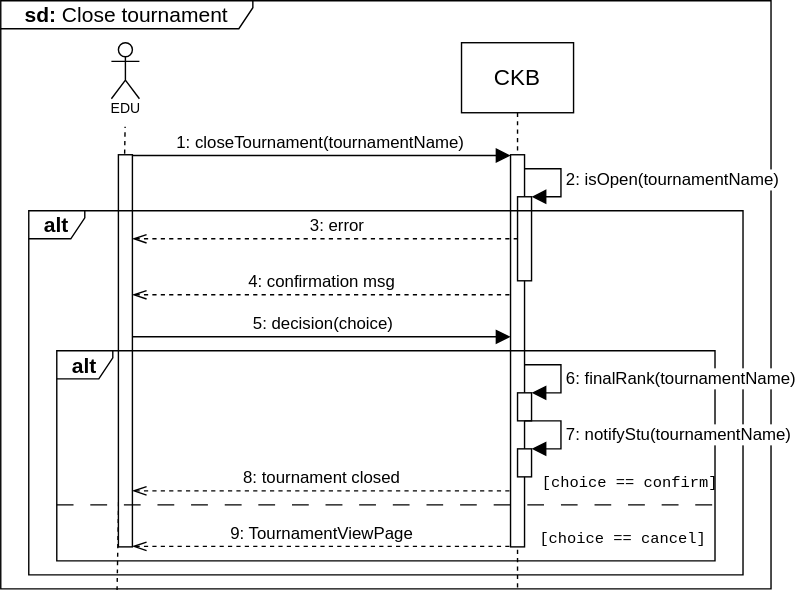
Earlier version of the draw.io export RASD/images/sequence_diagrams/.svg/Close_Tournament.svg (pontig/sw-eng-2-PasiniPontiggiaStasi). Source tidied: cells renumbered, new cells last; positions are measured from the earlier drawing's top-left corner, leaving out a move shared by most shapes. Source of this version:
```xml
<mxGraphModel>
  <root>
    <mxCell id="0" />
    <mxCell id="1" parent="0" />
    <mxCell id="2" style="endArrow=none;html=1;rounded=0;fontSize=12;startSize=8;endSize=8;curved=1;dashed=1;exitX=0.151;exitY=1.002;exitDx=0;exitDy=0;exitPerimeter=0;" parent="1" edge="1" source="8">
      <mxGeometry relative="1" as="geometry">
        <mxPoint x="88.8" y="90" as="targetPoint" />
      </mxGeometry>
    </mxCell>
    <mxCell id="3" value="CKB" style="shape=umlLifeline;perimeter=lifelinePerimeter;whiteSpace=wrap;html=1;newEdgeStyle={&quot;edgeStyle&quot;:&quot;elbowEdgeStyle&quot;,&quot;elbow&quot;:&quot;vertical&quot;,&quot;curved&quot;:0,&quot;rounded&quot;:0};fontSize=16;size=50;" parent="1" vertex="1">
      <mxGeometry x="329" y="30" width="80" height="390" as="geometry" />
    </mxCell>
    <mxCell id="4" style="html=1;points=[[0,0,0,0,5],[0,1,0,0,-5],[1,0,0,0,5],[1,1,0,0,-5]];perimeter=orthogonalPerimeter;outlineConnect=0;targetShapes=umlLifeline;portConstraint=eastwest;newEdgeStyle={&quot;curved&quot;:0,&quot;rounded&quot;:0};fontSize=16;" parent="3" vertex="1">
      <mxGeometry x="35" y="80" width="10" height="280" as="geometry" />
    </mxCell>
    <mxCell id="5" style="shape=umlActor;verticalLabelPosition=bottom;verticalAlign=top;html=1;fontSize=16;" parent="1" vertex="1">
      <mxGeometry x="79" y="30" width="20" height="40" as="geometry" />
    </mxCell>
    <mxCell id="6" value="&lt;font style=&quot;font-size: 10px;&quot;&gt;EDU&lt;/font&gt;" style="text;html=1;align=center;verticalAlign=middle;strokeColor=none;fillColor=none;fontSize=16;" parent="1" vertex="1">
      <mxGeometry x="69" y="60" width="40" height="30" as="geometry" />
    </mxCell>
    <mxCell id="7" value="1: closeTournament(tournamentName)" style="html=1;verticalAlign=bottom;endArrow=block;curved=0;rounded=0;fontSize=12;startSize=8;endSize=8;exitX=0.563;exitY=0.002;exitDx=0;exitDy=0;exitPerimeter=0;" parent="1" edge="1" source="11" target="4">
      <mxGeometry x="0.01" relative="1" as="geometry" />
    </mxCell>
    <mxCell id="8" value="&lt;font style=&quot;font-size: 15px;&quot;&gt;&lt;b&gt;sd:&lt;/b&gt;&amp;nbsp;Close tournament&lt;/font&gt;" style="shape=umlFrame;whiteSpace=wrap;html=1;fontSize=16;width=180;height=20;" parent="1" vertex="1">
      <mxGeometry width="550" height="420" as="geometry" />
    </mxCell>
    <mxCell id="9" value="3: error" style="html=1;verticalAlign=bottom;endArrow=none;curved=0;rounded=0;fontSize=12;startSize=8;endSize=8;dashed=1;startArrow=openThin;startFill=0;endFill=0;" parent="1" edge="1" source="11">
      <mxGeometry x="0.06" relative="1" as="geometry">
        <mxPoint x="369" y="170" as="targetPoint" />
        <Array as="points">
          <mxPoint x="315" y="170" />
        </Array>
      </mxGeometry>
    </mxCell>
    <mxCell id="10" style="html=1;verticalAlign=bottom;endArrow=block;curved=0;rounded=0;fontSize=12;startSize=8;endSize=8;" parent="1" edge="1" target="11">
      <mxGeometry relative="1" as="geometry">
        <mxPoint x="89" y="140" as="sourcePoint" />
      </mxGeometry>
    </mxCell>
    <mxCell id="11" style="html=1;points=[[0,0,0,0,5],[0,1,0,0,-5],[1,0,0,0,5],[1,1,0,0,-5]];perimeter=orthogonalPerimeter;outlineConnect=0;targetShapes=umlLifeline;portConstraint=eastwest;newEdgeStyle={&quot;curved&quot;:0,&quot;rounded&quot;:0};fontSize=16;" parent="1" vertex="1">
      <mxGeometry x="84" y="110" width="10" height="280" as="geometry" />
    </mxCell>
    <mxCell id="12" value="5: decision(choice)" style="html=1;verticalAlign=bottom;endArrow=block;curved=0;rounded=0;fontSize=12;startSize=8;endSize=8;exitX=0.563;exitY=0.002;exitDx=0;exitDy=0;exitPerimeter=0;" parent="1" edge="1">
      <mxGeometry x="0.01" relative="1" as="geometry">
        <mxPoint x="94" y="240" as="sourcePoint" />
        <mxPoint x="364" y="240" as="targetPoint" />
      </mxGeometry>
    </mxCell>
    <mxCell id="13" style="html=1;points=[[0,0,0,0,5],[0,1,0,0,-5],[1,0,0,0,5],[1,1,0,0,-5]];perimeter=orthogonalPerimeter;outlineConnect=0;targetShapes=umlLifeline;portConstraint=eastwest;newEdgeStyle={&quot;curved&quot;:0,&quot;rounded&quot;:0};fontSize=16;" parent="1" vertex="1">
      <mxGeometry x="369" y="140" width="10" height="60" as="geometry" />
    </mxCell>
    <mxCell id="14" value="2: isOpen(tournamentName)" style="html=1;align=left;spacingLeft=2;endArrow=block;rounded=0;edgeStyle=orthogonalEdgeStyle;curved=0;rounded=0;fontSize=12;startSize=8;endSize=8;" parent="1" edge="1" target="13">
      <mxGeometry relative="1" as="geometry">
        <mxPoint x="374" y="120" as="sourcePoint" />
        <Array as="points">
          <mxPoint x="400" y="120" />
          <mxPoint x="400" y="140" />
        </Array>
      </mxGeometry>
    </mxCell>
    <mxCell id="15" value="&lt;span style=&quot;font-size: 15px;&quot;&gt;&lt;b&gt;alt&lt;/b&gt;&lt;/span&gt;" style="shape=umlFrame;whiteSpace=wrap;html=1;fontSize=16;width=40;height=20;" parent="1" vertex="1">
      <mxGeometry x="20" y="150" width="510" height="260" as="geometry" />
    </mxCell>
    <mxCell id="16" value="4: confirmation msg" style="html=1;verticalAlign=bottom;endArrow=none;curved=0;rounded=0;fontSize=12;startSize=8;endSize=8;dashed=1;startArrow=openThin;startFill=0;endFill=0;" parent="1" edge="1">
      <mxGeometry relative="1" as="geometry">
        <mxPoint x="94" y="210" as="sourcePoint" />
        <mxPoint x="364" y="210" as="targetPoint" />
        <Array as="points">
          <mxPoint x="310" y="210" />
        </Array>
      </mxGeometry>
    </mxCell>
    <mxCell id="17" style="endArrow=none;html=1;rounded=0;fontSize=12;startSize=8;endSize=8;curved=1;dashed=1;dashPattern=12 12;" parent="1" edge="1">
      <mxGeometry relative="1" as="geometry">
        <mxPoint x="40" y="360" as="sourcePoint" />
        <mxPoint x="510" y="360" as="targetPoint" />
      </mxGeometry>
    </mxCell>
    <mxCell id="18" value="&lt;span style=&quot;font-size: 15px;&quot;&gt;&lt;b&gt;alt&lt;/b&gt;&lt;/span&gt;" style="shape=umlFrame;whiteSpace=wrap;html=1;fontSize=16;width=40;height=20;" parent="1" vertex="1">
      <mxGeometry x="40" y="250" width="470" height="150" as="geometry" />
    </mxCell>
    <mxCell id="19" style="html=1;points=[[0,0,0,0,5],[0,1,0,0,-5],[1,0,0,0,5],[1,1,0,0,-5]];perimeter=orthogonalPerimeter;outlineConnect=0;targetShapes=umlLifeline;portConstraint=eastwest;newEdgeStyle={&quot;curved&quot;:0,&quot;rounded&quot;:0};fontSize=16;" parent="1" vertex="1">
      <mxGeometry x="369" y="280" width="10" height="20" as="geometry" />
    </mxCell>
    <mxCell id="20" value="6: finalRank(tournamentName)" style="html=1;align=left;spacingLeft=2;endArrow=block;rounded=0;edgeStyle=orthogonalEdgeStyle;curved=0;rounded=0;fontSize=12;startSize=8;endSize=8;" parent="1" edge="1" target="19">
      <mxGeometry x="0.07" relative="1" as="geometry">
        <mxPoint x="374" y="260" as="sourcePoint" />
        <Array as="points">
          <mxPoint x="400" y="260" />
          <mxPoint x="400" y="280" />
        </Array>
      </mxGeometry>
    </mxCell>
    <mxCell id="21" style="html=1;points=[[0,0,0,0,5],[0,1,0,0,-5],[1,0,0,0,5],[1,1,0,0,-5]];perimeter=orthogonalPerimeter;outlineConnect=0;targetShapes=umlLifeline;portConstraint=eastwest;newEdgeStyle={&quot;curved&quot;:0,&quot;rounded&quot;:0};fontSize=16;" parent="1" vertex="1">
      <mxGeometry x="369" y="320" width="10" height="20" as="geometry" />
    </mxCell>
    <mxCell id="22" value="7: notifyStu(tournamentName)" style="html=1;align=left;spacingLeft=2;endArrow=block;rounded=0;edgeStyle=orthogonalEdgeStyle;curved=0;rounded=0;fontSize=12;startSize=8;endSize=8;" parent="1" edge="1" target="21">
      <mxGeometry x="0.07" relative="1" as="geometry">
        <mxPoint x="374" y="300" as="sourcePoint" />
        <Array as="points">
          <mxPoint x="400" y="300" />
          <mxPoint x="400" y="320" />
        </Array>
      </mxGeometry>
    </mxCell>
    <mxCell id="23" value="8: tournament closed" style="html=1;verticalAlign=bottom;endArrow=none;curved=0;rounded=0;fontSize=12;startSize=8;endSize=8;dashed=1;startArrow=openThin;startFill=0;endFill=0;" parent="1" edge="1">
      <mxGeometry relative="1" as="geometry">
        <mxPoint x="94" y="350" as="sourcePoint" />
        <mxPoint x="364" y="350" as="targetPoint" />
        <Array as="points">
          <mxPoint x="310" y="350" />
        </Array>
      </mxGeometry>
    </mxCell>
    <mxCell id="24" value="&lt;pre style=&quot;font-size: 11px;&quot;&gt;[choice == confirm]&lt;/pre&gt;" style="text;html=1;align=center;verticalAlign=middle;strokeColor=none;fillColor=none;fontSize=16;" parent="1" vertex="1">
      <mxGeometry x="379" y="320" width="140" height="50" as="geometry" />
    </mxCell>
    <mxCell id="25" value="&lt;pre style=&quot;font-size: 11px;&quot;&gt;[choice == cancel]&lt;/pre&gt;" style="text;html=1;align=center;verticalAlign=middle;strokeColor=none;fillColor=none;fontSize=16;" parent="1" vertex="1">
      <mxGeometry x="379" y="360" width="130" height="50" as="geometry" />
    </mxCell>
    <mxCell id="26" value="9: TournamentViewPage" style="html=1;verticalAlign=bottom;endArrow=none;curved=0;rounded=0;fontSize=12;startSize=8;endSize=8;dashed=1;startArrow=openThin;startFill=0;endFill=0;" parent="1" edge="1">
      <mxGeometry relative="1" as="geometry">
        <mxPoint x="94" y="389.6" as="sourcePoint" />
        <mxPoint x="364" y="389.6" as="targetPoint" />
        <Array as="points">
          <mxPoint x="310" y="389.6" />
        </Array>
      </mxGeometry>
    </mxCell>
  </root>
</mxGraphModel>
```
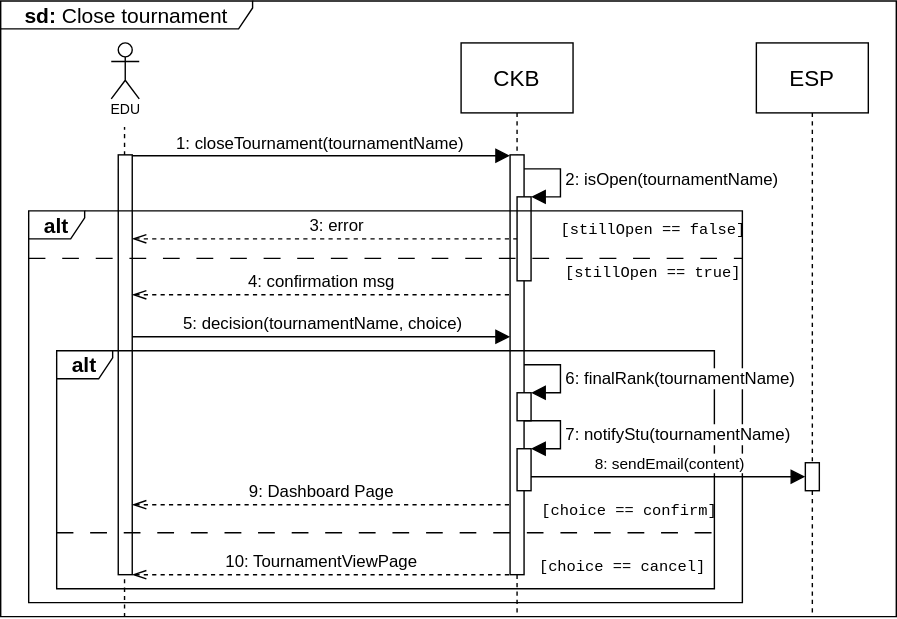
Above is the later version.

The edit, as a diff of the source:
```diff
@@ -2,16 +2,17 @@
   <root>
     <mxCell id="0" />
     <mxCell id="1" parent="0" />
-    <mxCell id="2" style="endArrow=none;html=1;rounded=0;fontSize=12;startSize=8;endSize=8;curved=1;dashed=1;exitX=0.151;exitY=1.002;exitDx=0;exitDy=0;exitPerimeter=0;" parent="1" edge="1" source="8">
+    <mxCell id="2" style="endArrow=none;html=1;rounded=0;fontSize=12;startSize=8;endSize=8;curved=1;dashed=1;" parent="1" edge="1">
       <mxGeometry relative="1" as="geometry">
-        <mxPoint x="88.8" y="90" as="targetPoint" />
+        <mxPoint x="88.5" y="440" as="sourcePoint" />
+        <mxPoint x="88.5" y="90" as="targetPoint" />
       </mxGeometry>
     </mxCell>
     <mxCell id="3" value="CKB" style="shape=umlLifeline;perimeter=lifelinePerimeter;whiteSpace=wrap;html=1;newEdgeStyle={&quot;edgeStyle&quot;:&quot;elbowEdgeStyle&quot;,&quot;elbow&quot;:&quot;vertical&quot;,&quot;curved&quot;:0,&quot;rounded&quot;:0};fontSize=16;size=50;" parent="1" vertex="1">
-      <mxGeometry x="329" y="30" width="80" height="390" as="geometry" />
+      <mxGeometry x="329" y="30" width="80" height="410" as="geometry" />
     </mxCell>
     <mxCell id="4" style="html=1;points=[[0,0,0,0,5],[0,1,0,0,-5],[1,0,0,0,5],[1,1,0,0,-5]];perimeter=orthogonalPerimeter;outlineConnect=0;targetShapes=umlLifeline;portConstraint=eastwest;newEdgeStyle={&quot;curved&quot;:0,&quot;rounded&quot;:0};fontSize=16;" parent="3" vertex="1">
-      <mxGeometry x="35" y="80" width="10" height="280" as="geometry" />
+      <mxGeometry x="35" y="80" width="10" height="300" as="geometry" />
     </mxCell>
     <mxCell id="5" style="shape=umlActor;verticalLabelPosition=bottom;verticalAlign=top;html=1;fontSize=16;" parent="1" vertex="1">
       <mxGeometry x="79" y="30" width="20" height="40" as="geometry" />
@@ -23,7 +24,7 @@
       <mxGeometry x="0.01" relative="1" as="geometry" />
     </mxCell>
     <mxCell id="8" value="&lt;font style=&quot;font-size: 15px;&quot;&gt;&lt;b&gt;sd:&lt;/b&gt;&amp;nbsp;Close tournament&lt;/font&gt;" style="shape=umlFrame;whiteSpace=wrap;html=1;fontSize=16;width=180;height=20;" parent="1" vertex="1">
-      <mxGeometry width="550" height="420" as="geometry" />
+      <mxGeometry width="640" height="440" as="geometry" />
     </mxCell>
     <mxCell id="9" value="3: error" style="html=1;verticalAlign=bottom;endArrow=none;curved=0;rounded=0;fontSize=12;startSize=8;endSize=8;dashed=1;startArrow=openThin;startFill=0;endFill=0;" parent="1" edge="1" source="11">
       <mxGeometry x="0.06" relative="1" as="geometry">
@@ -39,9 +40,9 @@
       </mxGeometry>
     </mxCell>
     <mxCell id="11" style="html=1;points=[[0,0,0,0,5],[0,1,0,0,-5],[1,0,0,0,5],[1,1,0,0,-5]];perimeter=orthogonalPerimeter;outlineConnect=0;targetShapes=umlLifeline;portConstraint=eastwest;newEdgeStyle={&quot;curved&quot;:0,&quot;rounded&quot;:0};fontSize=16;" parent="1" vertex="1">
-      <mxGeometry x="84" y="110" width="10" height="280" as="geometry" />
+      <mxGeometry x="84" y="110" width="10" height="300" as="geometry" />
     </mxCell>
-    <mxCell id="12" value="5: decision(choice)" style="html=1;verticalAlign=bottom;endArrow=block;curved=0;rounded=0;fontSize=12;startSize=8;endSize=8;exitX=0.563;exitY=0.002;exitDx=0;exitDy=0;exitPerimeter=0;" parent="1" edge="1">
+    <mxCell id="12" value="5: decision(tournamentName, choice)" style="html=1;verticalAlign=bottom;endArrow=block;curved=0;rounded=0;fontSize=12;startSize=8;endSize=8;exitX=0.563;exitY=0.002;exitDx=0;exitDy=0;exitPerimeter=0;" parent="1" edge="1">
       <mxGeometry x="0.01" relative="1" as="geometry">
         <mxPoint x="94" y="240" as="sourcePoint" />
         <mxPoint x="364" y="240" as="targetPoint" />
@@ -60,7 +61,7 @@
       </mxGeometry>
     </mxCell>
     <mxCell id="15" value="&lt;span style=&quot;font-size: 15px;&quot;&gt;&lt;b&gt;alt&lt;/b&gt;&lt;/span&gt;" style="shape=umlFrame;whiteSpace=wrap;html=1;fontSize=16;width=40;height=20;" parent="1" vertex="1">
-      <mxGeometry x="20" y="150" width="510" height="260" as="geometry" />
+      <mxGeometry x="20" y="150" width="510" height="280" as="geometry" />
     </mxCell>
     <mxCell id="16" value="4: confirmation msg" style="html=1;verticalAlign=bottom;endArrow=none;curved=0;rounded=0;fontSize=12;startSize=8;endSize=8;dashed=1;startArrow=openThin;startFill=0;endFill=0;" parent="1" edge="1">
       <mxGeometry relative="1" as="geometry">
@@ -73,12 +74,12 @@
     </mxCell>
     <mxCell id="17" style="endArrow=none;html=1;rounded=0;fontSize=12;startSize=8;endSize=8;curved=1;dashed=1;dashPattern=12 12;" parent="1" edge="1">
       <mxGeometry relative="1" as="geometry">
-        <mxPoint x="40" y="360" as="sourcePoint" />
-        <mxPoint x="510" y="360" as="targetPoint" />
+        <mxPoint x="40" y="380" as="sourcePoint" />
+        <mxPoint x="510" y="380" as="targetPoint" />
       </mxGeometry>
     </mxCell>
     <mxCell id="18" value="&lt;span style=&quot;font-size: 15px;&quot;&gt;&lt;b&gt;alt&lt;/b&gt;&lt;/span&gt;" style="shape=umlFrame;whiteSpace=wrap;html=1;fontSize=16;width=40;height=20;" parent="1" vertex="1">
-      <mxGeometry x="40" y="250" width="470" height="150" as="geometry" />
+      <mxGeometry x="40" y="250" width="470" height="170" as="geometry" />
     </mxCell>
     <mxCell id="19" style="html=1;points=[[0,0,0,0,5],[0,1,0,0,-5],[1,0,0,0,5],[1,1,0,0,-5]];perimeter=orthogonalPerimeter;outlineConnect=0;targetShapes=umlLifeline;portConstraint=eastwest;newEdgeStyle={&quot;curved&quot;:0,&quot;rounded&quot;:0};fontSize=16;" parent="1" vertex="1">
       <mxGeometry x="369" y="280" width="10" height="20" as="geometry" />
@@ -93,7 +94,7 @@
       </mxGeometry>
     </mxCell>
     <mxCell id="21" style="html=1;points=[[0,0,0,0,5],[0,1,0,0,-5],[1,0,0,0,5],[1,1,0,0,-5]];perimeter=orthogonalPerimeter;outlineConnect=0;targetShapes=umlLifeline;portConstraint=eastwest;newEdgeStyle={&quot;curved&quot;:0,&quot;rounded&quot;:0};fontSize=16;" parent="1" vertex="1">
-      <mxGeometry x="369" y="320" width="10" height="20" as="geometry" />
+      <mxGeometry x="369" y="320" width="10" height="30" as="geometry" />
     </mxCell>
     <mxCell id="22" value="7: notifyStu(tournamentName)" style="html=1;align=left;spacingLeft=2;endArrow=block;rounded=0;edgeStyle=orthogonalEdgeStyle;curved=0;rounded=0;fontSize=12;startSize=8;endSize=8;" parent="1" edge="1" target="21">
       <mxGeometry x="0.07" relative="1" as="geometry">
@@ -104,29 +105,52 @@
         </Array>
       </mxGeometry>
     </mxCell>
-    <mxCell id="23" value="8: tournament closed" style="html=1;verticalAlign=bottom;endArrow=none;curved=0;rounded=0;fontSize=12;startSize=8;endSize=8;dashed=1;startArrow=openThin;startFill=0;endFill=0;" parent="1" edge="1">
-      <mxGeometry relative="1" as="geometry">
-        <mxPoint x="94" y="350" as="sourcePoint" />
-        <mxPoint x="364" y="350" as="targetPoint" />
-        <Array as="points">
-          <mxPoint x="310" y="350" />
-        </Array>
-      </mxGeometry>
-    </mxCell>
     <mxCell id="24" value="&lt;pre style=&quot;font-size: 11px;&quot;&gt;[choice == confirm]&lt;/pre&gt;" style="text;html=1;align=center;verticalAlign=middle;strokeColor=none;fillColor=none;fontSize=16;" parent="1" vertex="1">
-      <mxGeometry x="379" y="320" width="140" height="50" as="geometry" />
+      <mxGeometry x="379" y="340" width="140" height="50" as="geometry" />
     </mxCell>
     <mxCell id="25" value="&lt;pre style=&quot;font-size: 11px;&quot;&gt;[choice == cancel]&lt;/pre&gt;" style="text;html=1;align=center;verticalAlign=middle;strokeColor=none;fillColor=none;fontSize=16;" parent="1" vertex="1">
-      <mxGeometry x="379" y="360" width="130" height="50" as="geometry" />
+      <mxGeometry x="379" y="380" width="130" height="50" as="geometry" />
     </mxCell>
-    <mxCell id="26" value="9: TournamentViewPage" style="html=1;verticalAlign=bottom;endArrow=none;curved=0;rounded=0;fontSize=12;startSize=8;endSize=8;dashed=1;startArrow=openThin;startFill=0;endFill=0;" parent="1" edge="1">
+    <mxCell id="26" value="10: TournamentViewPage" style="html=1;verticalAlign=bottom;endArrow=none;curved=0;rounded=0;fontSize=12;startSize=8;endSize=8;dashed=1;startArrow=openThin;startFill=0;endFill=0;" parent="1" edge="1">
       <mxGeometry relative="1" as="geometry">
-        <mxPoint x="94" y="389.6" as="sourcePoint" />
-        <mxPoint x="364" y="389.6" as="targetPoint" />
+        <mxPoint x="94" y="410" as="sourcePoint" />
+        <mxPoint x="364" y="410" as="targetPoint" />
         <Array as="points">
-          <mxPoint x="310" y="389.6" />
+          <mxPoint x="310" y="410" />
         </Array>
       </mxGeometry>
     </mxCell>
+    <mxCell id="27" style="endArrow=none;html=1;rounded=0;fontSize=12;startSize=8;endSize=8;curved=1;dashed=1;dashPattern=12 12;" parent="1" edge="1">
+      <mxGeometry relative="1" as="geometry">
+        <mxPoint x="20" y="184" as="sourcePoint" />
+        <mxPoint x="530" y="184" as="targetPoint" />
+      </mxGeometry>
+    </mxCell>
+    <mxCell id="28" value="&lt;pre style=&quot;font-size: 11px;&quot;&gt;[stillOpen == false]&lt;/pre&gt;" style="text;html=1;align=center;verticalAlign=middle;strokeColor=none;fillColor=none;fontSize=16;" parent="1" vertex="1">
+      <mxGeometry x="396" y="139" width="140" height="50" as="geometry" />
+    </mxCell>
+    <mxCell id="29" value="&lt;pre style=&quot;font-size: 11px;&quot;&gt;[stillOpen == true]&lt;/pre&gt;" style="text;html=1;align=center;verticalAlign=middle;strokeColor=none;fillColor=none;fontSize=16;" parent="1" vertex="1">
+      <mxGeometry x="396" y="170" width="140" height="50" as="geometry" />
+    </mxCell>
+    <mxCell id="30" value="9: Dashboard Page" style="html=1;verticalAlign=bottom;endArrow=none;curved=0;rounded=0;fontSize=12;startSize=8;endSize=8;dashed=1;startArrow=openThin;startFill=0;endFill=0;" parent="1" edge="1">
+      <mxGeometry relative="1" as="geometry">
+        <mxPoint x="94" y="360" as="sourcePoint" />
+        <mxPoint x="364" y="360" as="targetPoint" />
+        <Array as="points">
+          <mxPoint x="310" y="360" />
+        </Array>
+      </mxGeometry>
+    </mxCell>
+    <mxCell id="31" value="ESP" style="shape=umlLifeline;perimeter=lifelinePerimeter;whiteSpace=wrap;html=1;newEdgeStyle={&quot;edgeStyle&quot;:&quot;elbowEdgeStyle&quot;,&quot;elbow&quot;:&quot;vertical&quot;,&quot;curved&quot;:0,&quot;rounded&quot;:0};fontSize=16;size=50;" parent="1" vertex="1">
+      <mxGeometry x="540" y="30" width="80" height="410" as="geometry" />
+    </mxCell>
+    <mxCell id="32" style="html=1;points=[[0,0,0,0,5],[0,1,0,0,-5],[1,0,0,0,5],[1,1,0,0,-5]];perimeter=orthogonalPerimeter;outlineConnect=0;targetShapes=umlLifeline;portConstraint=eastwest;newEdgeStyle={&quot;curved&quot;:0,&quot;rounded&quot;:0};fontSize=16;" parent="31" vertex="1">
+      <mxGeometry x="35" y="300" width="10" height="20" as="geometry" />
+    </mxCell>
+    <mxCell id="33" value="&lt;font style=&quot;font-size: 11px;&quot;&gt;8: sendEmail(content)&lt;/font&gt;" style="html=1;verticalAlign=bottom;endArrow=block;curved=0;rounded=0;fontSize=12;startSize=8;endSize=8;exitX=0.563;exitY=0.002;exitDx=0;exitDy=0;exitPerimeter=0;" parent="1" edge="1" target="32">
+      <mxGeometry x="0.01" relative="1" as="geometry">
+        <mxPoint x="379" y="340" as="sourcePoint" />
+      </mxGeometry>
+    </mxCell>
   </root>
 </mxGraphModel>
```
